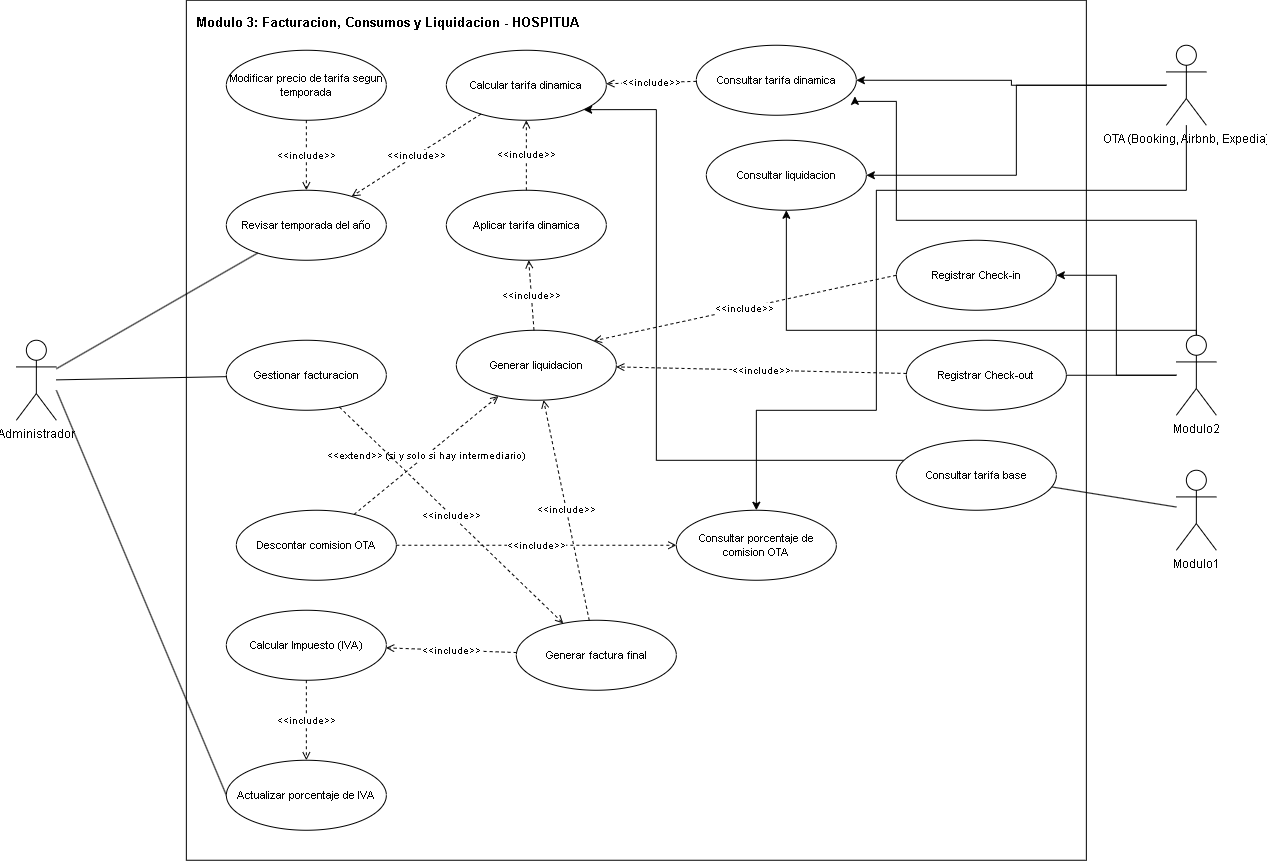
Earlier version of the draw.io export docs/HOSPITUA-Modulo-3.png (Proyect-Hospitua-Module-3/Hospitua-Module-3). Source tidied: cells renumbered, new cells last; positions are measured from the earlier drawing's top-left corner, leaving out a move shared by most shapes.
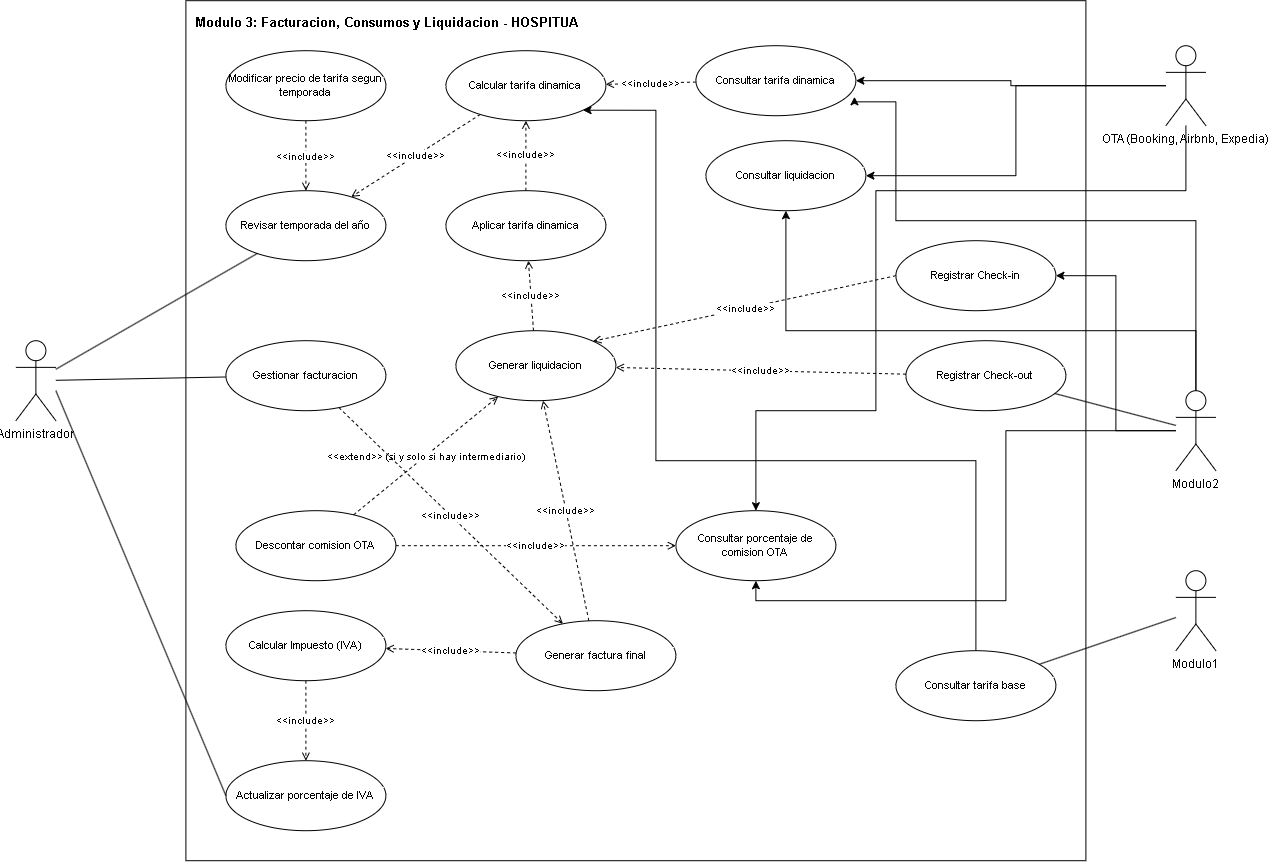
The same file after the commit.

Commit message:
Hospitua modulo 3 diagrama modificacion

Se agrego una relación en Consultar_porcentaje_de_comision_OTA, con el modulo 2.

What changed in the source:
```diff
@@ -28,11 +28,14 @@
         </Array>
       </mxGeometry>
     </mxCell>
+    <mxCell id="48" style="edgeStyle=orthogonalEdgeStyle;rounded=0;jettySize=auto;html=1;entryX=0.5;entryY=1;entryDx=0;entryDy=0;" parent="1" edge="1" source="9" target="20">
+      <mxGeometry relative="1" as="geometry" />
+    </mxCell>
     <mxCell id="9" value="Modulo2" style="shape=umlActor;verticalLabelPosition=bottom;labelBackgroundColor=#ffffff;verticalAlign=top;html=1;outlineConnect=0;" parent="1" vertex="1">
-      <mxGeometry x="1160" y="335" width="40" height="80" as="geometry" />
+      <mxGeometry x="1160" y="390" width="40" height="80" as="geometry" />
     </mxCell>
     <mxCell id="10" value="Modulo1" style="shape=umlActor;verticalLabelPosition=bottom;labelBackgroundColor=#ffffff;verticalAlign=top;html=1;outlineConnect=0;" parent="1" vertex="1">
-      <mxGeometry x="1160" y="470" width="40" height="80" as="geometry" />
+      <mxGeometry x="1160" y="570" width="40" height="80" as="geometry" />
     </mxCell>
     <mxCell id="11" value="Modificar precio de tarifa segun temporada" style="ellipse;whiteSpace=wrap;html=1;fontSize=11;" parent="1" vertex="1">
       <mxGeometry x="210" y="50" width="160" height="70" as="geometry" />
@@ -80,7 +83,7 @@
       </mxGeometry>
     </mxCell>
     <mxCell id="24" value="Consultar tarifa base" style="ellipse;whiteSpace=wrap;html=1;fontSize=11;" parent="1" vertex="1">
-      <mxGeometry x="880" y="440" width="160" height="70" as="geometry" />
+      <mxGeometry x="880" y="650" width="160" height="70" as="geometry" />
     </mxCell>
     <mxCell id="25" value="Calcular Impuesto (IVA)" style="ellipse;whiteSpace=wrap;html=1;fontSize=11;" parent="1" vertex="1">
       <mxGeometry x="210" y="610" width="160" height="70" as="geometry" />
```
